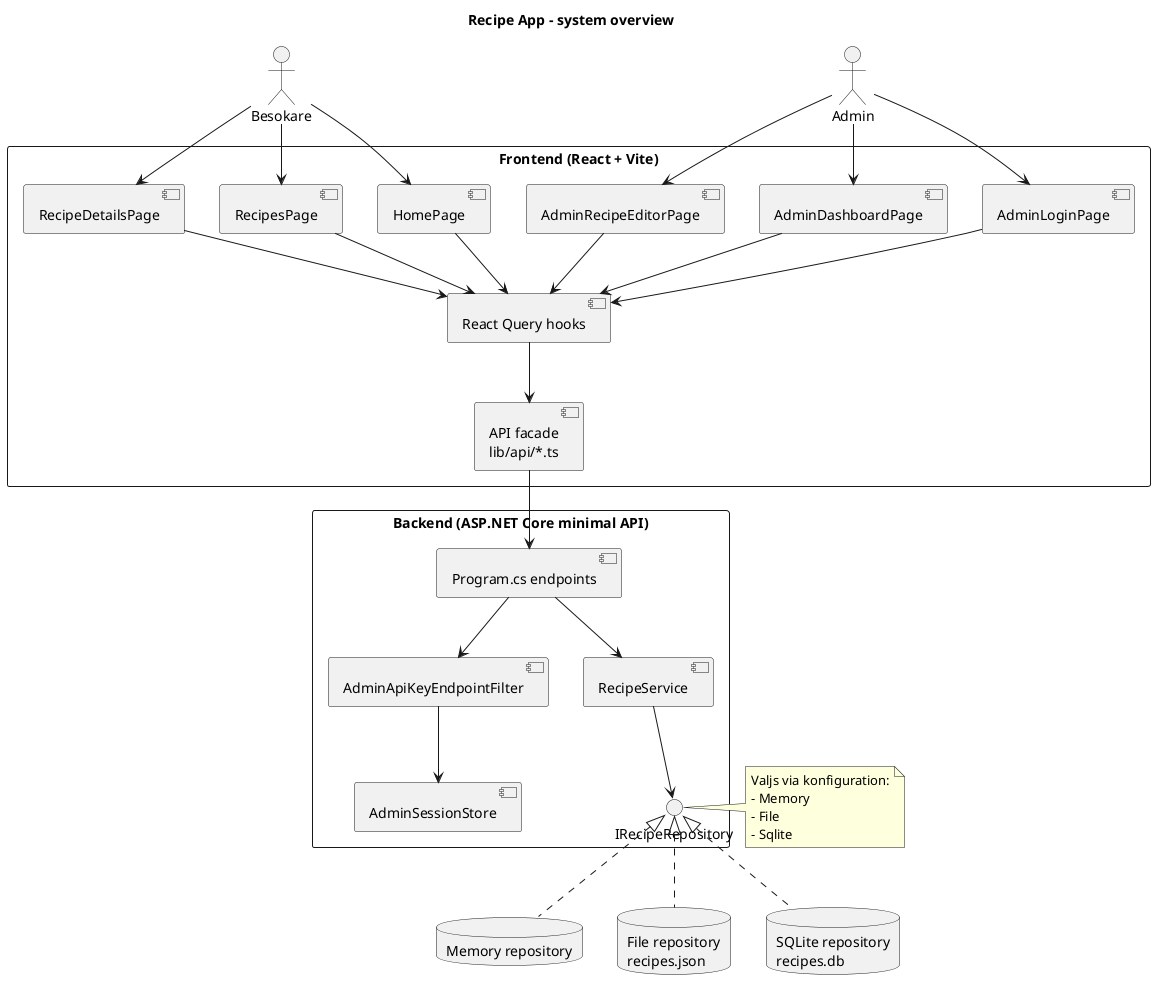
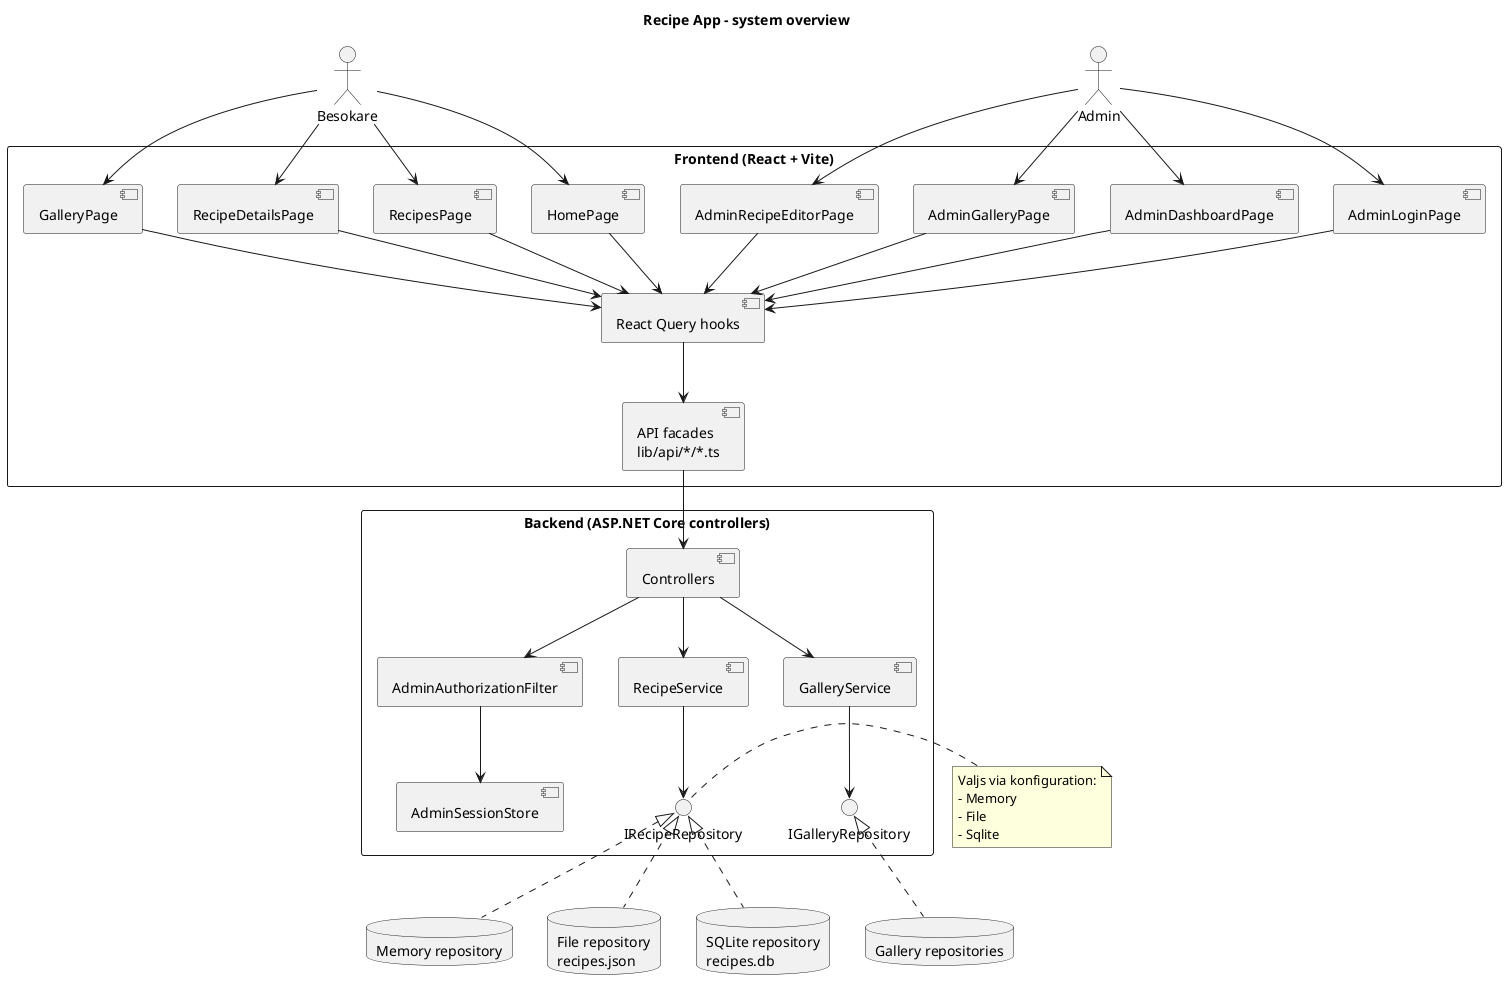
@startuml
title Recipe App - system overview

actor "Besokare" as Visitor
actor "Admin" as Admin

rectangle "Frontend (React + Vite)" {
  component "HomePage" as HomePage
  component "RecipesPage" as RecipesPage
  component "RecipeDetailsPage" as RecipeDetailsPage
+   component "GalleryPage" as GalleryPage
  component "AdminLoginPage" as AdminLoginPage
  component "AdminDashboardPage" as AdminDashboardPage
+   component "AdminGalleryPage" as AdminGalleryPage
  component "AdminRecipeEditorPage" as AdminRecipeEditorPage
  component "React Query hooks" as Hooks
-   component "API facade\nlib/api/*.ts" as ApiFacade
+   component "API facades\nlib/api/*/*.ts" as ApiFacade
}

- rectangle "Backend (ASP.NET Core minimal API)" {
-   component "Program.cs endpoints" as Endpoints
-   component "AdminApiKeyEndpointFilter" as Filter
+ rectangle "Backend (ASP.NET Core controllers)" {
+   component "Controllers" as Controllers
+   component "AdminAuthorizationFilter" as Filter
  component "AdminSessionStore" as SessionStore
  component "RecipeService" as RecipeService
+   component "GalleryService" as GalleryService
  interface "IRecipeRepository" as Repo
+   interface "IGalleryRepository" as GalleryRepo
}

database "Memory repository" as MemoryRepo
database "File repository\nrecipes.json" as FileRepo
database "SQLite repository\nrecipes.db" as SqliteRepo
+ database "Gallery repositories" as GalleryRepos

Visitor --> HomePage
Visitor --> RecipesPage
Visitor --> RecipeDetailsPage
+ Visitor --> GalleryPage
Admin --> AdminLoginPage
Admin --> AdminDashboardPage
+ Admin --> AdminGalleryPage
Admin --> AdminRecipeEditorPage

HomePage --> Hooks
RecipesPage --> Hooks
RecipeDetailsPage --> Hooks
+ GalleryPage --> Hooks
AdminLoginPage --> Hooks
AdminDashboardPage --> Hooks
+ AdminGalleryPage --> Hooks
AdminRecipeEditorPage --> Hooks

Hooks --> ApiFacade
- ApiFacade --> Endpoints
+ ApiFacade --> Controllers

- Endpoints --> Filter
+ Controllers --> Filter
Filter --> SessionStore
- Endpoints --> RecipeService
+ Controllers --> RecipeService
+ Controllers --> GalleryService
RecipeService --> Repo
+ GalleryService --> GalleryRepo

Repo <|.. MemoryRepo
Repo <|.. FileRepo
Repo <|.. SqliteRepo
+ GalleryRepo <|.. GalleryRepos

note right of Repo
Valjs via konfiguration:
- Memory
- File
- Sqlite
end note

@enduml
